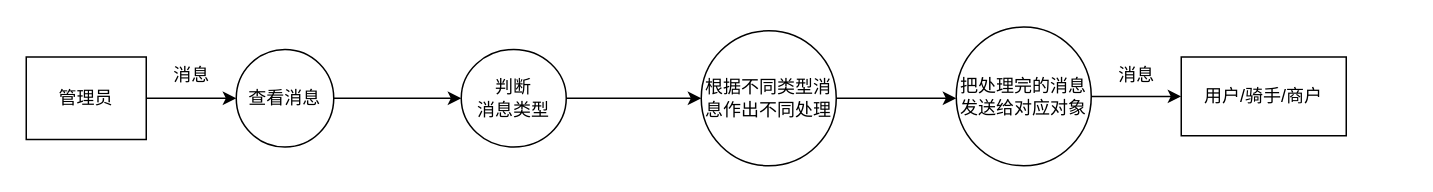
The draw.io diagram page "管理员当前系统逻辑模型" (2 of 13) of Untitled Diagram.drawio in czely/czely.github.io, before the edit. Source tidied: cells renumbered, new cells numbered last; positions are measured from the earlier drawing's top-left corner, leaving out a move shared by most shapes. Both pictures are drawn from the tidied source at 150%, with x=0, y=0 at pixel (26, 27).
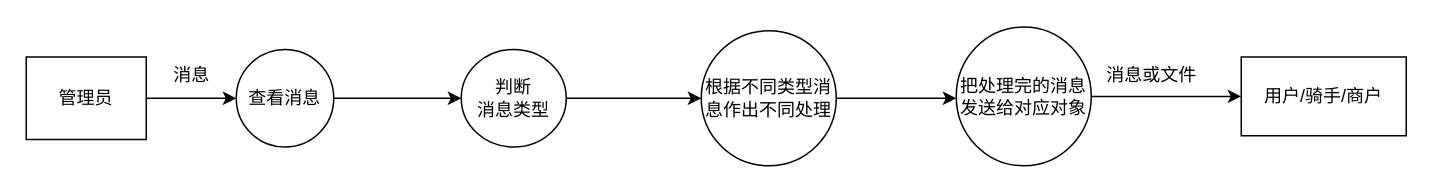
The same diagram, later.

Change to the diagram source:
```diff
@@
 <mxGraphModel>
   <root>
     <mxCell id="0" />
     <mxCell id="1" parent="0" />
     <mxCell id="2" value="查看消息" style="ellipse;whiteSpace=wrap;html=1;" parent="1" vertex="1">
       <mxGeometry x="140" y="14.5" width="65" height="65" as="geometry" />
     </mxCell>
     <mxCell id="3" value="管理员" style="rounded=0;whiteSpace=wrap;html=1;" parent="1" vertex="1">
       <mxGeometry y="19.5" width="80" height="55" as="geometry" />
     </mxCell>
     <mxCell id="4" style="edgeStyle=orthogonalEdgeStyle;rounded=0;jettySize=auto;html=1;exitX=1;exitY=0.5;exitDx=0;exitDy=0;entryX=0;entryY=0.5;entryDx=0;entryDy=0;" parent="1" edge="1" source="5" target="7">
       <mxGeometry relative="1" as="geometry" />
     </mxCell>
     <mxCell id="5" value="判断&lt;br&gt;消息类型" style="ellipse;whiteSpace=wrap;html=1;" parent="1" vertex="1">
       <mxGeometry x="290" y="14.5" width="70" height="65" as="geometry" />
     </mxCell>
     <mxCell id="6" style="edgeStyle=orthogonalEdgeStyle;rounded=0;jettySize=auto;html=1;exitX=1;exitY=0.5;exitDx=0;exitDy=0;" parent="1" edge="1" source="7">
       <mxGeometry relative="1" as="geometry">
         <mxPoint x="620" y="47" as="targetPoint" />
       </mxGeometry>
     </mxCell>
     <mxCell id="7" value="根据不同类型消息作出不同处理" style="ellipse;whiteSpace=wrap;html=1;" parent="1" vertex="1">
       <mxGeometry x="450" y="2" width="90" height="90" as="geometry" />
     </mxCell>
     <mxCell id="8" style="edgeStyle=orthogonalEdgeStyle;rounded=0;jettySize=auto;html=1;" parent="1" edge="1" source="9" target="10">
       <mxGeometry relative="1" as="geometry" />
     </mxCell>
     <mxCell id="9" value="把处理完的消息&lt;br&gt;发送给对应对象" style="ellipse;whiteSpace=wrap;html=1;" parent="1" vertex="1">
       <mxGeometry x="620" y="-0.5" width="90" height="92.5" as="geometry" />
     </mxCell>
     <mxCell id="10" value="用户/骑手/商户" style="whiteSpace=wrap;html=1;" parent="1" vertex="1">
-      <mxGeometry x="770" y="19.5" width="110" height="52.5" as="geometry" />
+      <mxGeometry x="810" y="19.5" width="110" height="52.5" as="geometry" />
     </mxCell>
     <mxCell id="11" style="endArrow=classic;html=1;exitX=1;exitY=0.5;exitDx=0;exitDy=0;entryX=0;entryY=0.5;entryDx=0;entryDy=0;" parent="1" edge="1" source="3" target="2">
       <mxGeometry relative="1" as="geometry" />
     </mxCell>
     <mxCell id="12" style="edgeStyle=orthogonalEdgeStyle;rounded=0;jettySize=auto;html=1;exitX=1;exitY=0.5;exitDx=0;exitDy=0;entryX=0;entryY=0.5;entryDx=0;entryDy=0;" parent="1" edge="1" source="2" target="5">
       <mxGeometry relative="1" as="geometry" />
     </mxCell>
-    <mxCell id="13" value="消息" style="text;html=1;align=center;verticalAlign=middle;" parent="1" vertex="1">
-      <mxGeometry x="720" y="22" width="40" height="20" as="geometry" />
+    <mxCell id="13" value="消息或文件" style="text;html=1;align=center;verticalAlign=middle;" parent="1" vertex="1">
+      <mxGeometry x="710" y="22" width="80" height="20" as="geometry" />
     </mxCell>
     <mxCell id="14" value="消息" style="text;html=1;align=center;verticalAlign=middle;" parent="1" vertex="1">
       <mxGeometry x="90" y="22" width="40" height="20" as="geometry" />
     </mxCell>
   </root>
 </mxGraphModel>
```
